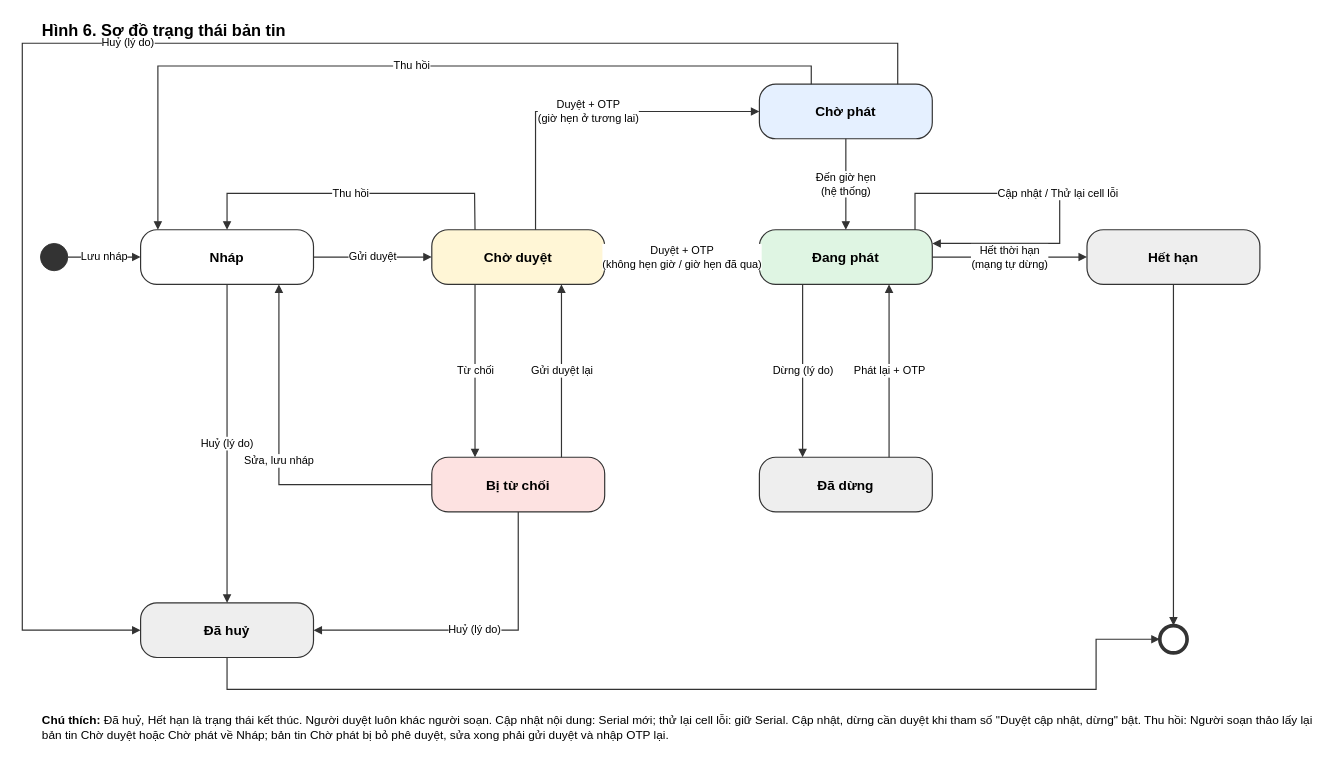
This is page "SRS-H6 Trạng thái bản tin" (4 of 4) of srs/CBC_SRS_so-do.drawio from yenanna0804/cbc-demo, a draw.io file, before an edit. Source tidied: cells renumbered, new cells numbered last; positions are measured from the earlier drawing's top-left corner, leaving out a move shared by most shapes. Both pictures are drawn from the tidied source at 91%, with x=0, y=0 at pixel (22, 15).
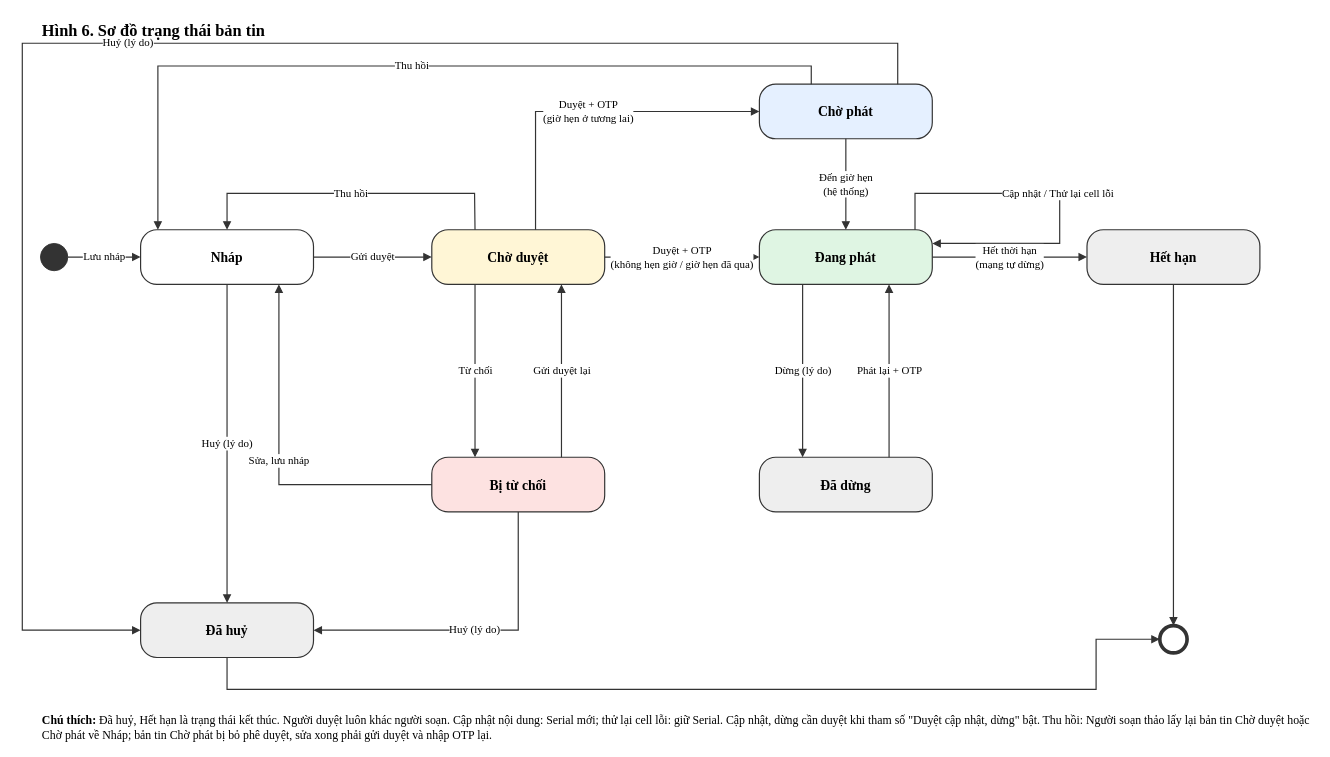
The same page after the edit.

Unchanged cells that the change refers to:
```xml
<mxCell id="3" style="ellipse;html=1;fillColor=#333333;strokeColor=#333333;" parent="1" vertex="1">
  <mxGeometry x="20" y="250" width="30" height="30" as="geometry" />
</mxCell>
<mxCell id="12" style="ellipse;html=1;fillColor=#FFFFFF;strokeColor=#333333;strokeWidth=4;" parent="1" vertex="1">
  <mxGeometry x="1250" y="670" width="30" height="30" as="geometry" />
</mxCell>
```

Diff of the diagram source:
```diff
@@
-    <mxCell id="2" value="&lt;b&gt;Hình 6. Sơ đồ trạng thái bản tin&lt;/b&gt;" style="text;html=1;fontFamily=Arial;fontSize=18;align=left;verticalAlign=top;whiteSpace=wrap;" parent="1" vertex="1">
+    <mxCell id="2" value="&lt;b&gt;Hình 6. Sơ đồ trạng thái bản tin&lt;/b&gt;" style="text;html=1;fontFamily=Times New Roman;fontSize=18;align=left;verticalAlign=top;whiteSpace=wrap;" parent="1" vertex="1">
       <mxGeometry x="20" width="1200" height="30" as="geometry" />
     </mxCell>
@@
-    <mxCell id="4" value="&lt;b&gt;Nháp&lt;/b&gt;" style="rounded=1;arcSize=8;whiteSpace=wrap;html=1;fontFamily=Arial;fontSize=15;fillColor=#FFFFFF;strokeColor=#333333;strokeWidth=1.3;align=center;verticalAlign=middle;spacing=8;arcSize=30;" parent="1" vertex="1">
+    <mxCell id="4" value="&lt;b&gt;Nháp&lt;/b&gt;" style="rounded=1;arcSize=8;whiteSpace=wrap;html=1;fontFamily=Times New Roman;fontSize=15;fillColor=#FFFFFF;strokeColor=#333333;strokeWidth=1.3;align=center;verticalAlign=middle;spacing=8;arcSize=30;" parent="1" vertex="1">
       <mxGeometry x="130" y="235" width="190" height="60" as="geometry" />
     </mxCell>
-    <mxCell id="5" value="&lt;b&gt;Chờ duyệt&lt;/b&gt;" style="rounded=1;arcSize=8;whiteSpace=wrap;html=1;fontFamily=Arial;fontSize=15;fillColor=#FFF6D6;strokeColor=#333333;strokeWidth=1.3;align=center;verticalAlign=middle;spacing=8;arcSize=30;" parent="1" vertex="1">
+    <mxCell id="5" value="&lt;b&gt;Chờ duyệt&lt;/b&gt;" style="rounded=1;arcSize=8;whiteSpace=wrap;html=1;fontFamily=Times New Roman;fontSize=15;fillColor=#FFF6D6;strokeColor=#333333;strokeWidth=1.3;align=center;verticalAlign=middle;spacing=8;arcSize=30;" parent="1" vertex="1">
       <mxGeometry x="450" y="235" width="190" height="60" as="geometry" />
     </mxCell>
-    <mxCell id="6" value="&lt;b&gt;Bị từ chối&lt;/b&gt;" style="rounded=1;arcSize=8;whiteSpace=wrap;html=1;fontFamily=Arial;fontSize=15;fillColor=#FDE2E1;strokeColor=#333333;strokeWidth=1.3;align=center;verticalAlign=middle;spacing=8;arcSize=30;" parent="1" vertex="1">
+    <mxCell id="6" value="&lt;b&gt;Bị từ chối&lt;/b&gt;" style="rounded=1;arcSize=8;whiteSpace=wrap;html=1;fontFamily=Times New Roman;fontSize=15;fillColor=#FDE2E1;strokeColor=#333333;strokeWidth=1.3;align=center;verticalAlign=middle;spacing=8;arcSize=30;" parent="1" vertex="1">
       <mxGeometry x="450" y="485" width="190" height="60" as="geometry" />
     </mxCell>
-    <mxCell id="7" value="&lt;b&gt;Đã huỷ&lt;/b&gt;" style="rounded=1;arcSize=8;whiteSpace=wrap;html=1;fontFamily=Arial;fontSize=15;fillColor=#EEEEEE;strokeColor=#333333;strokeWidth=1.3;align=center;verticalAlign=middle;spacing=8;arcSize=30;" parent="1" vertex="1">
+    <mxCell id="7" value="&lt;b&gt;Đã huỷ&lt;/b&gt;" style="rounded=1;arcSize=8;whiteSpace=wrap;html=1;fontFamily=Times New Roman;fontSize=15;fillColor=#EEEEEE;strokeColor=#333333;strokeWidth=1.3;align=center;verticalAlign=middle;spacing=8;arcSize=30;" parent="1" vertex="1">
       <mxGeometry x="130" y="645" width="190" height="60" as="geometry" />
     </mxCell>
-    <mxCell id="8" value="&lt;b&gt;Chờ phát&lt;/b&gt;" style="rounded=1;arcSize=8;whiteSpace=wrap;html=1;fontFamily=Arial;fontSize=15;fillColor=#E5F0FF;strokeColor=#333333;strokeWidth=1.3;align=center;verticalAlign=middle;spacing=8;arcSize=30;" parent="1" vertex="1">
+    <mxCell id="8" value="&lt;b&gt;Chờ phát&lt;/b&gt;" style="rounded=1;arcSize=8;whiteSpace=wrap;html=1;fontFamily=Times New Roman;fontSize=15;fillColor=#E5F0FF;strokeColor=#333333;strokeWidth=1.3;align=center;verticalAlign=middle;spacing=8;arcSize=30;" parent="1" vertex="1">
       <mxGeometry x="810" y="75" width="190" height="60" as="geometry" />
     </mxCell>
-    <mxCell id="9" value="&lt;b&gt;Đang phát&lt;/b&gt;" style="rounded=1;arcSize=8;whiteSpace=wrap;html=1;fontFamily=Arial;fontSize=15;fillColor=#DFF5E3;strokeColor=#333333;strokeWidth=1.3;align=center;verticalAlign=middle;spacing=8;arcSize=30;" parent="1" vertex="1">
+    <mxCell id="9" value="&lt;b&gt;Đang phát&lt;/b&gt;" style="rounded=1;arcSize=8;whiteSpace=wrap;html=1;fontFamily=Times New Roman;fontSize=15;fillColor=#DFF5E3;strokeColor=#333333;strokeWidth=1.3;align=center;verticalAlign=middle;spacing=8;arcSize=30;" parent="1" vertex="1">
       <mxGeometry x="810" y="235" width="190" height="60" as="geometry" />
     </mxCell>
-    <mxCell id="10" value="&lt;b&gt;Đã dừng&lt;/b&gt;" style="rounded=1;arcSize=8;whiteSpace=wrap;html=1;fontFamily=Arial;fontSize=15;fillColor=#EEEEEE;strokeColor=#333333;strokeWidth=1.3;align=center;verticalAlign=middle;spacing=8;arcSize=30;" parent="1" vertex="1">
+    <mxCell id="10" value="&lt;b&gt;Đã dừng&lt;/b&gt;" style="rounded=1;arcSize=8;whiteSpace=wrap;html=1;fontFamily=Times New Roman;fontSize=15;fillColor=#EEEEEE;strokeColor=#333333;strokeWidth=1.3;align=center;verticalAlign=middle;spacing=8;arcSize=30;" parent="1" vertex="1">
       <mxGeometry x="810" y="485" width="190" height="60" as="geometry" />
     </mxCell>
-    <mxCell id="11" value="&lt;b&gt;Hết hạn&lt;/b&gt;" style="rounded=1;arcSize=8;whiteSpace=wrap;html=1;fontFamily=Arial;fontSize=15;fillColor=#EEEEEE;strokeColor=#333333;strokeWidth=1.3;align=center;verticalAlign=middle;spacing=8;arcSize=30;" parent="1" vertex="1">
+    <mxCell id="11" value="&lt;b&gt;Hết hạn&lt;/b&gt;" style="rounded=1;arcSize=8;whiteSpace=wrap;html=1;fontFamily=Times New Roman;fontSize=15;fillColor=#EEEEEE;strokeColor=#333333;strokeWidth=1.3;align=center;verticalAlign=middle;spacing=8;arcSize=30;" parent="1" vertex="1">
       <mxGeometry x="1170" y="235" width="190" height="60" as="geometry" />
     </mxCell>
@@
-    <mxCell id="13" value="Lưu nháp" style="html=1;fontFamily=Arial;fontSize=12;endArrow=block;startArrow=none;endFill=1;strokeColor=#333333;strokeWidth=1.3;labelBackgroundColor=#FFFFFF;rounded=0;exitX=1;exitY=0.5;exitDx=0;exitDy=0;entryX=0;entryY=0.5;entryDx=0;entryDy=0;" parent="1" edge="1" source="3" target="4">
+    <mxCell id="13" value="Lưu nháp" style="html=1;fontFamily=Times New Roman;fontSize=12;endArrow=block;startArrow=none;endFill=1;strokeColor=#333333;strokeWidth=1.3;labelBackgroundColor=#FFFFFF;rounded=0;exitX=1;exitY=0.5;exitDx=0;exitDy=0;entryX=0;entryY=0.5;entryDx=0;entryDy=0;" parent="1" edge="1" source="3" target="4">
       <mxGeometry relative="1" as="geometry" />
     </mxCell>
-    <mxCell id="14" value="Gửi duyệt" style="html=1;fontFamily=Arial;fontSize=12;endArrow=block;startArrow=none;endFill=1;strokeColor=#333333;strokeWidth=1.3;labelBackgroundColor=#FFFFFF;rounded=0;exitX=1;exitY=0.5;exitDx=0;exitDy=0;entryX=0;entryY=0.5;entryDx=0;entryDy=0;" parent="1" edge="1" source="4" target="5">
+    <mxCell id="14" value="Gửi duyệt" style="html=1;fontFamily=Times New Roman;fontSize=12;endArrow=block;startArrow=none;endFill=1;strokeColor=#333333;strokeWidth=1.3;labelBackgroundColor=#FFFFFF;rounded=0;exitX=1;exitY=0.5;exitDx=0;exitDy=0;entryX=0;entryY=0.5;entryDx=0;entryDy=0;" parent="1" edge="1" source="4" target="5">
       <mxGeometry relative="1" as="geometry" />
     </mxCell>
-    <mxCell id="15" value="Từ chối" style="html=1;fontFamily=Arial;fontSize=12;endArrow=block;startArrow=none;endFill=1;strokeColor=#333333;strokeWidth=1.3;labelBackgroundColor=#FFFFFF;rounded=0;exitX=0.25;exitY=1;exitDx=0;exitDy=0;entryX=0.25;entryY=0;entryDx=0;entryDy=0;" parent="1" edge="1" source="5" target="6">
+    <mxCell id="15" value="Từ chối" style="html=1;fontFamily=Times New Roman;fontSize=12;endArrow=block;startArrow=none;endFill=1;strokeColor=#333333;strokeWidth=1.3;labelBackgroundColor=#FFFFFF;rounded=0;exitX=0.25;exitY=1;exitDx=0;exitDy=0;entryX=0.25;entryY=0;entryDx=0;entryDy=0;" parent="1" edge="1" source="5" target="6">
       <mxGeometry relative="1" as="geometry" />
     </mxCell>
-    <mxCell id="16" value="Gửi duyệt lại" style="html=1;fontFamily=Arial;fontSize=12;endArrow=block;startArrow=none;endFill=1;strokeColor=#333333;strokeWidth=1.3;labelBackgroundColor=#FFFFFF;rounded=0;exitX=0.75;exitY=0;exitDx=0;exitDy=0;entryX=0.75;entryY=1;entryDx=0;entryDy=0;" parent="1" edge="1" source="6" target="5">
+    <mxCell id="16" value="Gửi duyệt lại" style="html=1;fontFamily=Times New Roman;fontSize=12;endArrow=block;startArrow=none;endFill=1;strokeColor=#333333;strokeWidth=1.3;labelBackgroundColor=#FFFFFF;rounded=0;exitX=0.75;exitY=0;exitDx=0;exitDy=0;entryX=0.75;entryY=1;entryDx=0;entryDy=0;" parent="1" edge="1" source="6" target="5">
       <mxGeometry relative="1" as="geometry" />
     </mxCell>
-    <mxCell id="17" value="Huỷ (lý do)" style="html=1;fontFamily=Arial;fontSize=12;endArrow=block;startArrow=none;endFill=1;strokeColor=#333333;strokeWidth=1.3;labelBackgroundColor=#FFFFFF;rounded=0;exitX=0.5;exitY=1;exitDx=0;exitDy=0;entryX=0.5;entryY=0;entryDx=0;entryDy=0;" parent="1" edge="1" source="4" target="7">
+    <mxCell id="17" value="Huỷ (lý do)" style="html=1;fontFamily=Times New Roman;fontSize=12;endArrow=block;startArrow=none;endFill=1;strokeColor=#333333;strokeWidth=1.3;labelBackgroundColor=#FFFFFF;rounded=0;exitX=0.5;exitY=1;exitDx=0;exitDy=0;entryX=0.5;entryY=0;entryDx=0;entryDy=0;" parent="1" edge="1" source="4" target="7">
       <mxGeometry relative="1" as="geometry" />
     </mxCell>
-    <mxCell id="18" value="Huỷ (lý do)" style="html=1;fontFamily=Arial;fontSize=12;endArrow=block;startArrow=none;endFill=1;strokeColor=#333333;strokeWidth=1.3;labelBackgroundColor=#FFFFFF;rounded=0;exitX=0.5;exitY=1;exitDx=0;exitDy=0;entryX=1;entryY=0.5;entryDx=0;entryDy=0;" parent="1" edge="1" source="6" target="7">
+    <mxCell id="18" value="Huỷ (lý do)" style="html=1;fontFamily=Times New Roman;fontSize=12;endArrow=block;startArrow=none;endFill=1;strokeColor=#333333;strokeWidth=1.3;labelBackgroundColor=#FFFFFF;rounded=0;exitX=0.5;exitY=1;exitDx=0;exitDy=0;entryX=1;entryY=0.5;entryDx=0;entryDy=0;" parent="1" edge="1" source="6" target="7">
       <mxGeometry relative="1" as="geometry">
         <Array as="points">
           <mxPoint x="545" y="675" />
         </Array>
       </mxGeometry>
     </mxCell>
-    <mxCell id="19" value="Duyệt + OTP&lt;br&gt;(giờ hẹn ở tương lai)" style="html=1;fontFamily=Arial;fontSize=12;endArrow=block;startArrow=none;endFill=1;strokeColor=#333333;strokeWidth=1.3;labelBackgroundColor=#FFFFFF;rounded=0;exitX=0.6;exitY=0;exitDx=0;exitDy=0;entryX=0;entryY=0.5;entryDx=0;entryDy=0;" parent="1" edge="1" source="5" target="8">
+    <mxCell id="19" value="Duyệt + OTP&lt;br&gt;(giờ hẹn ở tương lai)" style="html=1;fontFamily=Times New Roman;fontSize=12;endArrow=block;startArrow=none;endFill=1;strokeColor=#333333;strokeWidth=1.3;labelBackgroundColor=#FFFFFF;rounded=0;exitX=0.6;exitY=0;exitDx=0;exitDy=0;entryX=0;entryY=0.5;entryDx=0;entryDy=0;" parent="1" edge="1" source="5" target="8">
       <mxGeometry relative="1" as="geometry">
         <Array as="points">
           <mxPoint x="564" y="105" />
         </Array>
       </mxGeometry>
     </mxCell>
-    <mxCell id="20" value="Duyệt + OTP&lt;br&gt;(không hẹn giờ / giờ hẹn đã qua)" style="html=1;fontFamily=Arial;fontSize=12;endArrow=block;startArrow=none;endFill=1;strokeColor=#333333;strokeWidth=1.3;labelBackgroundColor=#FFFFFF;rounded=0;exitX=1;exitY=0.5;exitDx=0;exitDy=0;entryX=0;entryY=0.5;entryDx=0;entryDy=0;" parent="1" edge="1" source="5" target="9">
+    <mxCell id="20" value="Duyệt + OTP&lt;br&gt;(không hẹn giờ / giờ hẹn đã qua)" style="html=1;fontFamily=Times New Roman;fontSize=12;endArrow=block;startArrow=none;endFill=1;strokeColor=#333333;strokeWidth=1.3;labelBackgroundColor=#FFFFFF;rounded=0;exitX=1;exitY=0.5;exitDx=0;exitDy=0;entryX=0;entryY=0.5;entryDx=0;entryDy=0;" parent="1" edge="1" source="5" target="9">
       <mxGeometry relative="1" as="geometry" />
     </mxCell>
-    <mxCell id="21" value="Đến giờ hẹn&lt;br&gt;(hệ thống)" style="html=1;fontFamily=Arial;fontSize=12;endArrow=block;startArrow=none;endFill=1;strokeColor=#333333;strokeWidth=1.3;labelBackgroundColor=#FFFFFF;rounded=0;exitX=0.5;exitY=1;exitDx=0;exitDy=0;entryX=0.5;entryY=0;entryDx=0;entryDy=0;" parent="1" edge="1" source="8" target="9">
+    <mxCell id="21" value="Đến giờ hẹn&lt;br&gt;(hệ thống)" style="html=1;fontFamily=Times New Roman;fontSize=12;endArrow=block;startArrow=none;endFill=1;strokeColor=#333333;strokeWidth=1.3;labelBackgroundColor=#FFFFFF;rounded=0;exitX=0.5;exitY=1;exitDx=0;exitDy=0;entryX=0.5;entryY=0;entryDx=0;entryDy=0;" parent="1" edge="1" source="8" target="9">
       <mxGeometry relative="1" as="geometry" />
     </mxCell>
-    <mxCell id="22" value="Cập nhật / Thử lại cell lỗi" style="html=1;fontFamily=Arial;fontSize=12;endArrow=block;startArrow=none;endFill=1;strokeColor=#333333;strokeWidth=1.3;labelBackgroundColor=#FFFFFF;rounded=0;exitX=0.9;exitY=0;exitDx=0;exitDy=0;entryX=1;entryY=0.25;entryDx=0;entryDy=0;" parent="1" edge="1" source="9" target="9">
+    <mxCell id="22" value="Cập nhật / Thử lại cell lỗi" style="html=1;fontFamily=Times New Roman;fontSize=12;endArrow=block;startArrow=none;endFill=1;strokeColor=#333333;strokeWidth=1.3;labelBackgroundColor=#FFFFFF;rounded=0;exitX=0.9;exitY=0;exitDx=0;exitDy=0;entryX=1;entryY=0.25;entryDx=0;entryDy=0;" parent="1" edge="1" source="9" target="9">
       <mxGeometry relative="1" as="geometry">
         <Array as="points">
           <mxPoint x="981" y="195" />
           <mxPoint x="1140" y="195" />
           <mxPoint x="1140" y="250" />
         </Array>
       </mxGeometry>
     </mxCell>
-    <mxCell id="23" value="Dừng (lý do)" style="html=1;fontFamily=Arial;fontSize=12;endArrow=block;startArrow=none;endFill=1;strokeColor=#333333;strokeWidth=1.3;labelBackgroundColor=#FFFFFF;rounded=0;exitX=0.25;exitY=1;exitDx=0;exitDy=0;entryX=0.25;entryY=0;entryDx=0;entryDy=0;" parent="1" edge="1" source="9" target="10">
+    <mxCell id="23" value="Dừng (lý do)" style="html=1;fontFamily=Times New Roman;fontSize=12;endArrow=block;startArrow=none;endFill=1;strokeColor=#333333;strokeWidth=1.3;labelBackgroundColor=#FFFFFF;rounded=0;exitX=0.25;exitY=1;exitDx=0;exitDy=0;entryX=0.25;entryY=0;entryDx=0;entryDy=0;" parent="1" edge="1" source="9" target="10">
       <mxGeometry relative="1" as="geometry" />
     </mxCell>
-    <mxCell id="24" value="Phát lại + OTP" style="html=1;fontFamily=Arial;fontSize=12;endArrow=block;startArrow=none;endFill=1;strokeColor=#333333;strokeWidth=1.3;labelBackgroundColor=#FFFFFF;rounded=0;exitX=0.75;exitY=0;exitDx=0;exitDy=0;entryX=0.75;entryY=1;entryDx=0;entryDy=0;" parent="1" edge="1" source="10" target="9">
+    <mxCell id="24" value="Phát lại + OTP" style="html=1;fontFamily=Times New Roman;fontSize=12;endArrow=block;startArrow=none;endFill=1;strokeColor=#333333;strokeWidth=1.3;labelBackgroundColor=#FFFFFF;rounded=0;exitX=0.75;exitY=0;exitDx=0;exitDy=0;entryX=0.75;entryY=1;entryDx=0;entryDy=0;" parent="1" edge="1" source="10" target="9">
       <mxGeometry relative="1" as="geometry" />
     </mxCell>
-    <mxCell id="25" value="Hết thời hạn&lt;br&gt;(mạng tự dừng)" style="html=1;fontFamily=Arial;fontSize=12;endArrow=block;startArrow=none;endFill=1;strokeColor=#333333;strokeWidth=1.3;labelBackgroundColor=#FFFFFF;rounded=0;exitX=1;exitY=0.5;exitDx=0;exitDy=0;entryX=0;entryY=0.5;entryDx=0;entryDy=0;" parent="1" edge="1" source="9" target="11">
+    <mxCell id="25" value="Hết thời hạn&lt;br&gt;(mạng tự dừng)" style="html=1;fontFamily=Times New Roman;fontSize=12;endArrow=block;startArrow=none;endFill=1;strokeColor=#333333;strokeWidth=1.3;labelBackgroundColor=#FFFFFF;rounded=0;exitX=1;exitY=0.5;exitDx=0;exitDy=0;entryX=0;entryY=0.5;entryDx=0;entryDy=0;" parent="1" edge="1" source="9" target="11">
       <mxGeometry relative="1" as="geometry" />
     </mxCell>
-    <mxCell id="26" style="html=1;fontFamily=Arial;fontSize=12;endArrow=block;startArrow=none;endFill=1;strokeColor=#333333;strokeWidth=1.3;labelBackgroundColor=#FFFFFF;rounded=0;exitX=0.5;exitY=1;exitDx=0;exitDy=0;entryX=0.5;entryY=0;entryDx=0;entryDy=0;" parent="1" edge="1" source="11" target="12">
+    <mxCell id="26" style="html=1;fontFamily=Times New Roman;fontSize=12;endArrow=block;startArrow=none;endFill=1;strokeColor=#333333;strokeWidth=1.3;labelBackgroundColor=#FFFFFF;rounded=0;exitX=0.5;exitY=1;exitDx=0;exitDy=0;entryX=0.5;entryY=0;entryDx=0;entryDy=0;" parent="1" edge="1" source="11" target="12">
       <mxGeometry relative="1" as="geometry" />
     </mxCell>
-    <mxCell id="27" style="html=1;fontFamily=Arial;fontSize=12;endArrow=block;startArrow=none;endFill=1;strokeColor=#333333;strokeWidth=1.3;labelBackgroundColor=#FFFFFF;rounded=0;exitX=0.5;exitY=1;exitDx=0;exitDy=0;entryX=0;entryY=0.5;entryDx=0;entryDy=0;" parent="1" edge="1" source="7" target="12">
+    <mxCell id="27" style="html=1;fontFamily=Times New Roman;fontSize=12;endArrow=block;startArrow=none;endFill=1;strokeColor=#333333;strokeWidth=1.3;labelBackgroundColor=#FFFFFF;rounded=0;exitX=0.5;exitY=1;exitDx=0;exitDy=0;entryX=0;entryY=0.5;entryDx=0;entryDy=0;" parent="1" edge="1" source="7" target="12">
       <mxGeometry relative="1" as="geometry">
         <Array as="points">
           <mxPoint x="225" y="740" />
           <mxPoint x="1180" y="740" />
           <mxPoint x="1180" y="685" />
         </Array>
       </mxGeometry>
     </mxCell>
-    <mxCell id="28" value="Thu hồi" style="html=1;fontFamily=Arial;fontSize=12;endArrow=block;startArrow=none;endFill=1;strokeColor=#333333;strokeWidth=1.3;labelBackgroundColor=#FFFFFF;rounded=0;exitX=0.25;exitY=0;exitDx=0;exitDy=0;entryX=0.5;entryY=0;entryDx=0;entryDy=0;" parent="1" edge="1" source="5" target="4">
+    <mxCell id="28" value="Thu hồi" style="html=1;fontFamily=Times New Roman;fontSize=12;endArrow=block;startArrow=none;endFill=1;strokeColor=#333333;strokeWidth=1.3;labelBackgroundColor=#FFFFFF;rounded=0;exitX=0.25;exitY=0;exitDx=0;exitDy=0;entryX=0.5;entryY=0;entryDx=0;entryDy=0;" parent="1" edge="1" source="5" target="4">
       <mxGeometry relative="1" as="geometry">
         <Array as="points">
           <mxPoint x="497" y="195" />
           <mxPoint x="225" y="195" />
         </Array>
       </mxGeometry>
     </mxCell>
-    <mxCell id="29" value="Sửa, lưu nháp" style="html=1;fontFamily=Arial;fontSize=12;endArrow=block;startArrow=none;endFill=1;strokeColor=#333333;strokeWidth=1.3;labelBackgroundColor=#FFFFFF;rounded=0;exitX=0;exitY=0.5;exitDx=0;exitDy=0;entryX=0.8;entryY=1;entryDx=0;entryDy=0;" parent="1" edge="1" source="6" target="4">
+    <mxCell id="29" value="Sửa, lưu nháp" style="html=1;fontFamily=Times New Roman;fontSize=12;endArrow=block;startArrow=none;endFill=1;strokeColor=#333333;strokeWidth=1.3;labelBackgroundColor=#FFFFFF;rounded=0;exitX=0;exitY=0.5;exitDx=0;exitDy=0;entryX=0.8;entryY=1;entryDx=0;entryDy=0;" parent="1" edge="1" source="6" target="4">
       <mxGeometry relative="1" as="geometry">
         <Array as="points">
           <mxPoint x="282" y="515" />
         </Array>
       </mxGeometry>
     </mxCell>
-    <mxCell id="30" value="Thu hồi" style="html=1;fontFamily=Arial;fontSize=12;endArrow=block;startArrow=none;endFill=1;strokeColor=#333333;strokeWidth=1.3;labelBackgroundColor=#FFFFFF;rounded=0;exitX=0.3;exitY=0;exitDx=0;exitDy=0;entryX=0.1;entryY=0;entryDx=0;entryDy=0;" parent="1" edge="1" source="8" target="4">
+    <mxCell id="30" value="Thu hồi" style="html=1;fontFamily=Times New Roman;fontSize=12;endArrow=block;startArrow=none;endFill=1;strokeColor=#333333;strokeWidth=1.3;labelBackgroundColor=#FFFFFF;rounded=0;exitX=0.3;exitY=0;exitDx=0;exitDy=0;entryX=0.1;entryY=0;entryDx=0;entryDy=0;" parent="1" edge="1" source="8" target="4">
       <mxGeometry relative="1" as="geometry">
         <Array as="points">
           <mxPoint x="867" y="55" />
           <mxPoint x="149" y="55" />
         </Array>
       </mxGeometry>
     </mxCell>
-    <mxCell id="31" value="Huỷ (lý do)" style="html=1;fontFamily=Arial;fontSize=12;endArrow=block;startArrow=none;endFill=1;strokeColor=#333333;strokeWidth=1.3;labelBackgroundColor=#FFFFFF;rounded=0;exitX=0.8;exitY=0;exitDx=0;exitDy=0;entryX=0;entryY=0.5;entryDx=0;entryDy=0;" parent="1" edge="1" source="8" target="7">
+    <mxCell id="31" value="Huỷ (lý do)" style="html=1;fontFamily=Times New Roman;fontSize=12;endArrow=block;startArrow=none;endFill=1;strokeColor=#333333;strokeWidth=1.3;labelBackgroundColor=#FFFFFF;rounded=0;exitX=0.8;exitY=0;exitDx=0;exitDy=0;entryX=0;entryY=0.5;entryDx=0;entryDy=0;" parent="1" edge="1" source="8" target="7">
       <mxGeometry relative="1" as="geometry">
         <Array as="points">
           <mxPoint x="962" y="30" />
           <mxPoint y="30" />
           <mxPoint y="675" />
         </Array>
       </mxGeometry>
     </mxCell>
-    <mxCell id="32" value="&lt;b&gt;Chú thích:&lt;/b&gt; Đã huỷ, Hết hạn là trạng thái kết thúc. Người duyệt luôn khác người soạn. Cập nhật nội dung: Serial mới; thử lại cell lỗi: giữ Serial. Cập nhật, dừng cần duyệt khi tham số &quot;Duyệt cập nhật, dừng&quot; bật. Thu hồi: Người soạn thảo lấy lại bản tin Chờ duyệt hoặc Chờ phát về Nháp; bản tin Chờ phát bị bỏ phê duyệt, sửa xong phải gửi duyệt và nhập OTP lại." style="text;html=1;fontFamily=Arial;fontSize=13;align=left;verticalAlign=top;whiteSpace=wrap;" parent="1" vertex="1">
+    <mxCell id="32" value="&lt;b&gt;Chú thích:&lt;/b&gt; Đã huỷ, Hết hạn là trạng thái kết thúc. Người duyệt luôn khác người soạn. Cập nhật nội dung: Serial mới; thử lại cell lỗi: giữ Serial. Cập nhật, dừng cần duyệt khi tham số &quot;Duyệt cập nhật, dừng&quot; bật. Thu hồi: Người soạn thảo lấy lại bản tin Chờ duyệt hoặc Chờ phát về Nháp; bản tin Chờ phát bị bỏ phê duyệt, sửa xong phải gửi duyệt và nhập OTP lại." style="text;html=1;fontFamily=Times New Roman;fontSize=13;align=left;verticalAlign=top;whiteSpace=wrap;" parent="1" vertex="1">
       <mxGeometry x="20" y="760" width="1400" height="30" as="geometry" />
     </mxCell>
```
